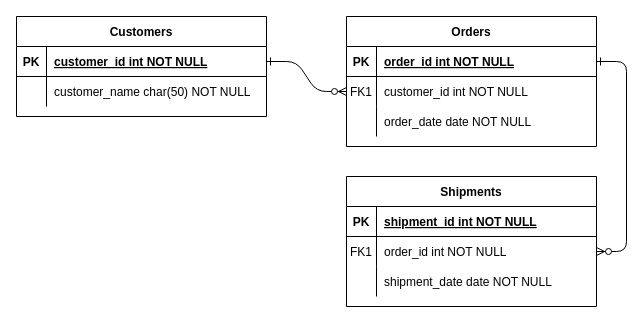
Above: Untitled Diagram.drawio in Jingzhe-gif/undelay.GitHub.io (draw.io), before the change. Source tidied: cells renumbered, new cells numbered last; positions are measured from the earlier drawing's top-left corner, leaving out a move shared by most shapes. Both pictures are drawn from the tidied source at 100%, with x=0, y=0 at pixel (16, 16).
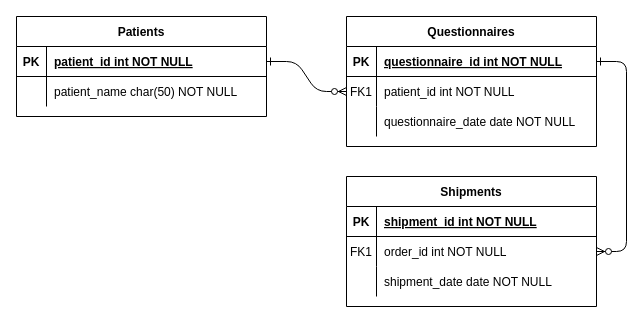
After the change.

The change refers to these unchanged cells:
```xml
<mxCell id="5" style="shape=partialRectangle;fillColor=none;points=[[0,0.5],[1,0.5]];portConstraint=eastwest;top=0;left=0;right=0;bottom=1;" parent="4" vertex="1">
  <mxGeometry y="30" width="250" height="30" as="geometry" />
</mxCell>
<mxCell id="8" style="shape=partialRectangle;fillColor=none;points=[[0,0.5],[1,0.5]];portConstraint=eastwest;top=0;left=0;right=0;bottom=0;" parent="4" vertex="1">
  <mxGeometry y="60" width="250" height="30" as="geometry" />
</mxCell>
<mxCell id="11" style="shape=partialRectangle;fillColor=none;top=0;left=0;right=0;bottom=0;" parent="4" vertex="1">
  <mxGeometry y="90" width="250" height="30" as="geometry" />
</mxCell>
<mxCell id="25" style="shape=partialRectangle;fillColor=none;points=[[0,0.5],[1,0.5]];portConstraint=eastwest;top=0;left=0;right=0;bottom=1;" parent="24" vertex="1">
  <mxGeometry y="30" width="250" height="30" as="geometry" />
</mxCell>
<mxCell id="28" style="shape=partialRectangle;fillColor=none;top=0;left=0;right=0;bottom=0;" parent="24" vertex="1">
  <mxGeometry y="60" width="250" height="30" as="geometry" />
</mxCell>
```

Change to the diagram source:
```diff
@@
-    <mxCell id="4" value="Orders" style="shape=table;startSize=30;childLayout=tableLayout;rowLines=0;fontStyle=1;align=center;" parent="1" vertex="1">
+    <mxCell id="4" value="Questionnaires" style="shape=table;startSize=30;childLayout=tableLayout;rowLines=0;fontStyle=1;align=center;" parent="1" vertex="1">
       <mxGeometry x="330" width="250" height="130" as="geometry" />
     </mxCell>
@@
-    <mxCell id="7" value="order_id int NOT NULL " style="shape=partialRectangle;overflow=hidden;fillColor=none;top=0;left=0;bottom=0;right=0;align=left;spacingLeft=6;fontStyle=5;" parent="5" vertex="1">
+    <mxCell id="7" value="questionnaire_id int NOT NULL " style="shape=partialRectangle;overflow=hidden;fillColor=none;top=0;left=0;bottom=0;right=0;align=left;spacingLeft=6;fontStyle=5;" parent="5" vertex="1">
       <mxGeometry x="30" width="220" height="30" as="geometry" />
     </mxCell>
@@
-    <mxCell id="10" value="customer_id int NOT NULL" style="shape=partialRectangle;overflow=hidden;fillColor=none;top=0;left=0;bottom=0;right=0;align=left;spacingLeft=6;" parent="8" vertex="1">
+    <mxCell id="10" value="patient_id int NOT NULL" style="shape=partialRectangle;overflow=hidden;fillColor=none;top=0;left=0;bottom=0;right=0;align=left;spacingLeft=6;" parent="8" vertex="1">
       <mxGeometry x="30" width="220" height="30" as="geometry" />
     </mxCell>
@@
-    <mxCell id="13" value="order_date date NOT NULL" style="shape=partialRectangle;overflow=hidden;fillColor=none;top=0;left=0;bottom=0;right=0;align=left;spacingLeft=6;" parent="11" vertex="1">
+    <mxCell id="13" value="questionnaire_date date NOT NULL" style="shape=partialRectangle;overflow=hidden;fillColor=none;top=0;left=0;bottom=0;right=0;align=left;spacingLeft=6;" parent="11" vertex="1">
       <mxGeometry x="30" width="220" height="30" as="geometry" />
     </mxCell>
@@
-    <mxCell id="24" value="Customers" style="shape=table;startSize=30;childLayout=tableLayout;rowLines=0;fontStyle=1;align=center;" parent="1" vertex="1">
+    <mxCell id="24" value="Patients" style="shape=table;startSize=30;childLayout=tableLayout;rowLines=0;fontStyle=1;align=center;" parent="1" vertex="1">
       <mxGeometry width="250" height="100" as="geometry" />
     </mxCell>
@@
-    <mxCell id="27" value="customer_id int NOT NULL " style="shape=partialRectangle;overflow=hidden;fillColor=none;top=0;left=0;bottom=0;right=0;align=left;spacingLeft=6;fontStyle=5;" parent="25" vertex="1">
+    <mxCell id="27" value="patient_id int NOT NULL " style="shape=partialRectangle;overflow=hidden;fillColor=none;top=0;left=0;bottom=0;right=0;align=left;spacingLeft=6;fontStyle=5;" parent="25" vertex="1">
       <mxGeometry x="30" width="220" height="30" as="geometry" />
     </mxCell>
@@
-    <mxCell id="30" value="customer_name char(50) NOT NULL" style="shape=partialRectangle;overflow=hidden;fillColor=none;top=0;left=0;bottom=0;right=0;align=left;spacingLeft=6;" parent="28" vertex="1">
+    <mxCell id="30" value="patient_name char(50) NOT NULL" style="shape=partialRectangle;overflow=hidden;fillColor=none;top=0;left=0;bottom=0;right=0;align=left;spacingLeft=6;" parent="28" vertex="1">
       <mxGeometry x="30" width="220" height="30" as="geometry" />
     </mxCell>
```
